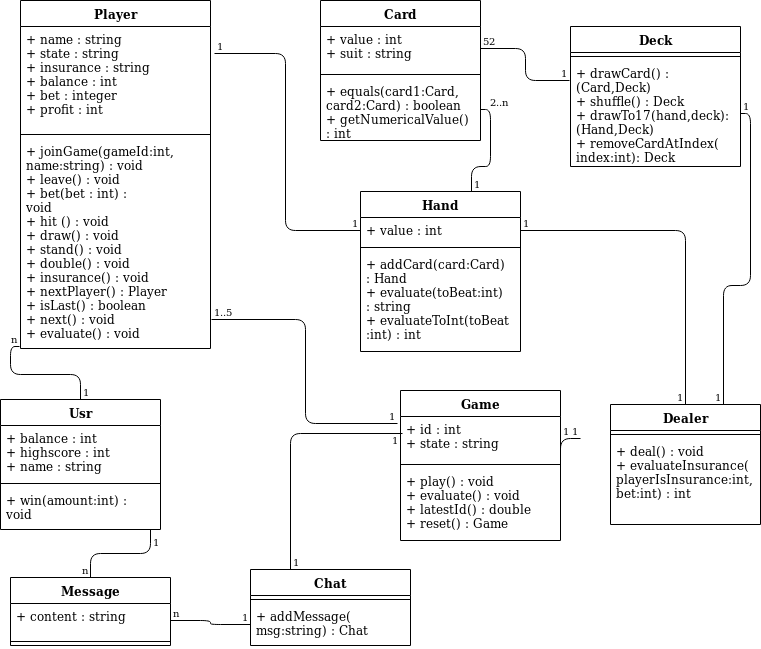
The draw.io diagram documentation/diagrams/UML_final.png in danielmeint/xml, before a commit. Source tidied: cells renumbered, new cells last; positions are measured from the earlier drawing's top-left corner, leaving out a move shared by most shapes.
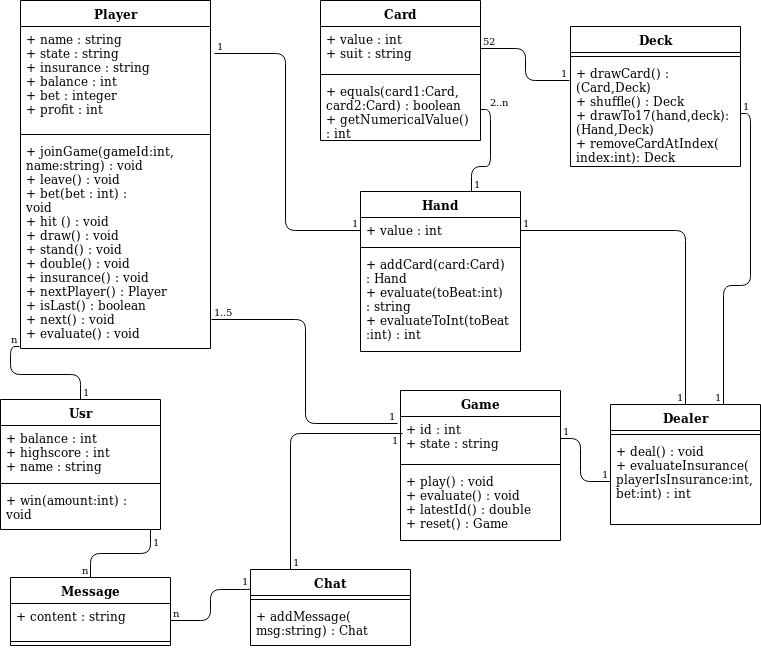
Above is the later version.

Commit message:
fix line in uml

The edit, as a diff of the source:
```diff
@@ -35,12 +35,11 @@
     <mxCell id="12" value="+ joinGame(gameId:int,&#10;name:string) : void&#10;+ leave() : void&#10;+ bet(bet : int) :&#10;void&#10;+ hit () : void&#10;+ draw() : void&#10;+ stand() : void&#10;+ double() : void&#10;+ insurance() : void&#10;+ nextPlayer() : Player&#10;+ isLast() : boolean&#10;+ next() : void&#10;+ evaluate() : void&#10;&#10;&#10;&#10;" style="text;strokeColor=none;fillColor=none;align=left;verticalAlign=top;spacingLeft=4;spacingRight=4;overflow=hidden;points=[[0,0.5],[1,0.5]];portConstraint=eastwest;" parent="9" vertex="1">
       <mxGeometry y="138" width="190" height="210" as="geometry" />
     </mxCell>
-    <mxCell id="13" style="endArrow=none;html=1;edgeStyle=orthogonalEdgeStyle;exitX=1;exitY=0.5;exitDx=0;exitDy=0;entryX=0;entryY=0.5;entryDx=0;entryDy=0;" parent="1" edge="1" source="3">
+    <mxCell id="13" style="endArrow=none;html=1;edgeStyle=orthogonalEdgeStyle;exitX=1;exitY=0.5;exitDx=0;exitDy=0;entryX=0;entryY=0.5;entryDx=0;entryDy=0;" parent="1" edge="1" source="3" target="8">
       <mxGeometry relative="1" as="geometry">
-        <mxPoint x="580" y="438" as="targetPoint" />
         <Array as="points">
-          <mxPoint x="560" y="510" />
-          <mxPoint x="560" y="438" />
+          <mxPoint x="580" y="438" />
+          <mxPoint x="580" y="481" />
         </Array>
       </mxGeometry>
     </mxCell>
@@ -189,8 +188,14 @@
     <mxCell id="60" style="line;strokeWidth=1;fillColor=none;align=left;verticalAlign=middle;spacingTop=-1;spacingLeft=3;spacingRight=3;labelPosition=right;" parent="58" vertex="1">
       <mxGeometry y="60" width="160" height="8" as="geometry" />
     </mxCell>
-    <mxCell id="61" style="endArrow=none;html=1;edgeStyle=orthogonalEdgeStyle;exitX=1;exitY=0.5;exitDx=0;exitDy=0;entryX=0;entryY=0.5;entryDx=0;entryDy=0;" parent="1" edge="1" source="59" target="51">
-      <mxGeometry relative="1" as="geometry" />
+    <mxCell id="61" style="endArrow=none;html=1;edgeStyle=orthogonalEdgeStyle;exitX=1;exitY=0.5;exitDx=0;exitDy=0;entryX=0;entryY=0.25;entryDx=0;entryDy=0;" parent="1" edge="1" source="59" target="49">
+      <mxGeometry relative="1" as="geometry">
+        <Array as="points">
+          <mxPoint x="210" y="620" />
+          <mxPoint x="210" y="589" />
+          <mxPoint x="250" y="589" />
+        </Array>
+      </mxGeometry>
     </mxCell>
     <mxCell id="62" value="n" style="html=1;align=left;verticalAlign=bottom;labelBackgroundColor=#ffffff;fontSize=10;" parent="61" vertex="1">
       <mxGeometry x="-1" relative="1" as="geometry" />
```
